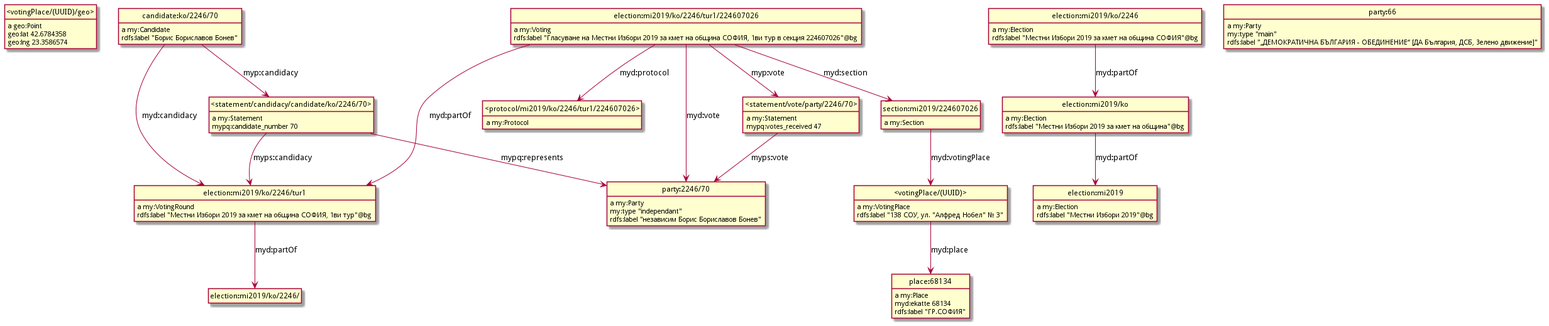
Before: model/localModel.png, a diagram exported from PlantUML (nikolatulechki/semanticElections).
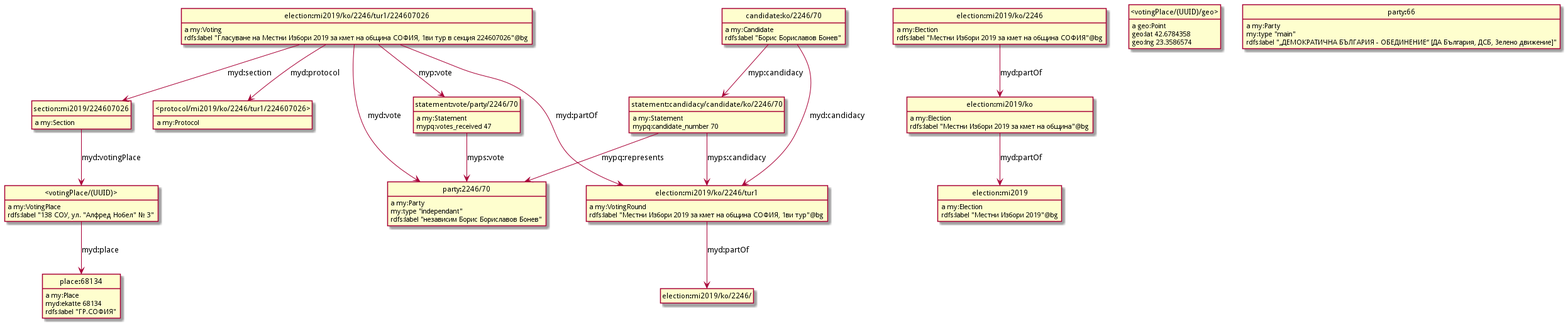
The same file after the commit.

What changed in the source:
```diff
@@ -3,67 +3,67 @@
 hide empty attributes
 hide circle
 skinparam classAttributeIconSize 0
-class _votingPlace_UUID_geo_ as "<votingPlace/(UUID)/geo>"
-_votingPlace_UUID_geo_ : a geo:Point
-_votingPlace_UUID_geo_ : geo:lat 42.6784358
-_votingPlace_UUID_geo_ : geo:lng 23.3586574
+class election_mi2019_ko_2246_tur1_224607026 as "election:mi2019/ko/2246/tur1/224607026"
+election_mi2019_ko_2246_tur1_224607026 : a my:Voting
+class statement_vote_party_2246_70 as "statement:vote/party/2246/70"
+election_mi2019_ko_2246_tur1_224607026 -down-> statement_vote_party_2246_70 : myp:vote
 class _protocol_mi2019_ko_2246_tur1_224607026_ as "<protocol/mi2019/ko/2246/tur1/224607026>"
-_protocol_mi2019_ko_2246_tur1_224607026_ : a my:Protocol
+election_mi2019_ko_2246_tur1_224607026 -down-> _protocol_mi2019_ko_2246_tur1_224607026_ : myd:protocol
+class section_mi2019_224607026 as "section:mi2019/224607026"
+election_mi2019_ko_2246_tur1_224607026 -down-> section_mi2019_224607026 : myd:section
+class party_2246_70 as "party:2246/70"
+election_mi2019_ko_2246_tur1_224607026 -down-> party_2246_70 : myd:vote
 class election_mi2019_ko_2246_tur1 as "election:mi2019/ko/2246/tur1"
-election_mi2019_ko_2246_tur1 : a my:VotingRound
-class election_mi2019_ko_2246_ as "election:mi2019/ko/2246/"
-election_mi2019_ko_2246_tur1 -down-> election_mi2019_ko_2246_ : myd:partOf
-election_mi2019_ko_2246_tur1 : rdfs:label "Местни Избори 2019 за кмет на община СОФИЯ, 1ви тур"@bg
-class party_2246_70 as "party:2246/70"
-party_2246_70 : a my:Party
-party_2246_70 : my:type "independant"
-party_2246_70 : rdfs:label "независим Борис Бориславов Бонев"
+election_mi2019_ko_2246_tur1_224607026 -down-> election_mi2019_ko_2246_tur1 : myd:partOf
+election_mi2019_ko_2246_tur1_224607026 : rdfs:label "Гласуване на Местни Избори 2019 за кмет на община СОФИЯ, 1ви тур в секция 224607026"@bg
+class _votingPlace_UUID_ as "<votingPlace/(UUID)>"
+_votingPlace_UUID_ : a my:VotingPlace
+class place_68134 as "place:68134"
+_votingPlace_UUID_ -down-> place_68134 : myd:place
+_votingPlace_UUID_ : rdfs:label "138 СОУ, ул. "Алфред Нобел" № 3"
+statement_vote_party_2246_70 : a my:Statement
+statement_vote_party_2246_70 -down-> party_2246_70 : myps:vote
+statement_vote_party_2246_70 : mypq:votes_received 47
 class election_mi2019_ko_2246 as "election:mi2019/ko/2246"
 election_mi2019_ko_2246 : a my:Election
 class election_mi2019_ko as "election:mi2019/ko"
 election_mi2019_ko_2246 -down-> election_mi2019_ko : myd:partOf
 election_mi2019_ko_2246 : rdfs:label "Местни Избори 2019 за кмет на община СОФИЯ"@bg
-class election_mi2019_ko_2246_tur1_224607026 as "election:mi2019/ko/2246/tur1/224607026"
-election_mi2019_ko_2246_tur1_224607026 : a my:Voting
-election_mi2019_ko_2246_tur1_224607026 -down-> party_2246_70 : myd:vote
-election_mi2019_ko_2246_tur1_224607026 -down-> election_mi2019_ko_2246_tur1 : myd:partOf
-class _statement_vote_party_2246_70_ as "<statement/vote/party/2246/70>"
-election_mi2019_ko_2246_tur1_224607026 -down-> _statement_vote_party_2246_70_ : myp:vote
-class section_mi2019_224607026 as "section:mi2019/224607026"
-election_mi2019_ko_2246_tur1_224607026 -down-> section_mi2019_224607026 : myd:section
-election_mi2019_ko_2246_tur1_224607026 -down-> _protocol_mi2019_ko_2246_tur1_224607026_ : myd:protocol
-election_mi2019_ko_2246_tur1_224607026 : rdfs:label "Гласуване на Местни Избори 2019 за кмет на община СОФИЯ, 1ви тур в секция 224607026"@bg
+election_mi2019_ko_2246_tur1 : a my:VotingRound
+class election_mi2019_ko_2246_ as "election:mi2019/ko/2246/"
+election_mi2019_ko_2246_tur1 -down-> election_mi2019_ko_2246_ : myd:partOf
+election_mi2019_ko_2246_tur1 : rdfs:label "Местни Избори 2019 за кмет на община СОФИЯ, 1ви тур"@bg
+party_2246_70 : a my:Party
+party_2246_70 : my:type "independant"
+party_2246_70 : rdfs:label "независим Борис Бориславов Бонев"
+class candidate_ko_2246_70 as "candidate:ko/2246/70"
+candidate_ko_2246_70 : a my:Candidate
+candidate_ko_2246_70 -down-> election_mi2019_ko_2246_tur1 : myd:candidacy
+class statement_candidacy_candidate_ko_2246_70 as "statement:candidacy/candidate/ko/2246/70"
+candidate_ko_2246_70 -down-> statement_candidacy_candidate_ko_2246_70 : myp:candidacy
+candidate_ko_2246_70 : rdfs:label "Борис Бориславов Бонев"
+class _votingPlace_UUID_geo_ as "<votingPlace/(UUID)/geo>"
+_votingPlace_UUID_geo_ : a geo:Point
+_votingPlace_UUID_geo_ : geo:lat 42.6784358
+_votingPlace_UUID_geo_ : geo:lng 23.3586574
+place_68134 : a my:Place
+place_68134 : myd:ekatte 68134
+place_68134 : rdfs:label "ГР.СОФИЯ"
+section_mi2019_224607026 : a my:Section
+section_mi2019_224607026 -down-> _votingPlace_UUID_ : myd:votingPlace
+_protocol_mi2019_ko_2246_tur1_224607026_ : a my:Protocol
 class party_66 as "party:66"
 party_66 : a my:Party
 party_66 : my:type "main"
 party_66 : rdfs:label "„ДЕМОКРАТИЧНА БЪЛГАРИЯ - ОБЕДИНЕНИЕ“ [ДА България, ДСБ, Зелено движение]"
-class _statement_candidacy_candidate_ko_2246_70_ as "<statement/candidacy/candidate/ko/2246/70>"
-_statement_candidacy_candidate_ko_2246_70_ : a my:Statement
-_statement_candidacy_candidate_ko_2246_70_ -down-> election_mi2019_ko_2246_tur1 : myps:candidacy
-_statement_candidacy_candidate_ko_2246_70_ -down-> party_2246_70 : mypq:represents
-_statement_candidacy_candidate_ko_2246_70_ : mypq:candidate_number 70
-section_mi2019_224607026 : a my:Section
-class _votingPlace_UUID_ as "<votingPlace/(UUID)>"
-section_mi2019_224607026 -down-> _votingPlace_UUID_ : myd:votingPlace
-_statement_vote_party_2246_70_ : a my:Statement
-_statement_vote_party_2246_70_ -down-> party_2246_70 : myps:vote
-_statement_vote_party_2246_70_ : mypq:votes_received 47
-class candidate_ko_2246_70 as "candidate:ko/2246/70"
-candidate_ko_2246_70 : a my:Candidate
-candidate_ko_2246_70 -down-> _statement_candidacy_candidate_ko_2246_70_ : myp:candidacy
-candidate_ko_2246_70 -down-> election_mi2019_ko_2246_tur1 : myd:candidacy
-candidate_ko_2246_70 : rdfs:label "Борис Бориславов Бонев"
-class place_68134 as "place:68134"
-place_68134 : a my:Place
-place_68134 : myd:ekatte 68134
-place_68134 : rdfs:label "ГР.СОФИЯ"
+statement_candidacy_candidate_ko_2246_70 : a my:Statement
+statement_candidacy_candidate_ko_2246_70 -down-> election_mi2019_ko_2246_tur1 : myps:candidacy
+statement_candidacy_candidate_ko_2246_70 -down-> party_2246_70 : mypq:represents
+statement_candidacy_candidate_ko_2246_70 : mypq:candidate_number 70
+election_mi2019_ko : a my:Election
 class election_mi2019 as "election:mi2019"
+election_mi2019_ko -down-> election_mi2019 : myd:partOf
+election_mi2019_ko : rdfs:label "Местни Избори 2019 за кмет на община"@bg
 election_mi2019 : a my:Election
 election_mi2019 : rdfs:label "Местни Избори 2019"@bg
-election_mi2019_ko : a my:Election
-election_mi2019_ko -down-> election_mi2019 : myd:partOf
-election_mi2019_ko : rdfs:label "Местни Избори 2019 за кмет на община"@bg
-_votingPlace_UUID_ : a my:VotingPlace
-_votingPlace_UUID_ -down-> place_68134 : myd:place
-_votingPlace_UUID_ : rdfs:label "138 СОУ, ул. "Алфред Нобел" № 3"
 @enduml
```
